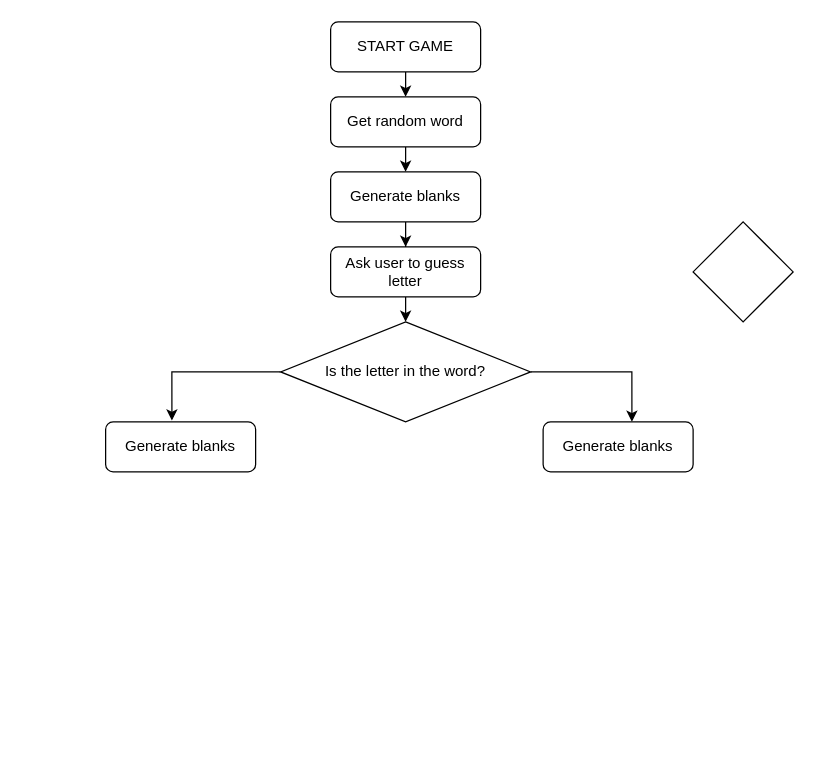
NorieM/Python keeps this draw.io diagram as Untitled Diagram.drawio. Above is the earlier version. Source tidied: cells renumbered, new cells numbered last; positions are measured from the earlier drawing's top-left corner, leaving out a move shared by most shapes. Both pictures are drawn from the tidied source at 125%, with x=0, y=0 at pixel (105, 21).
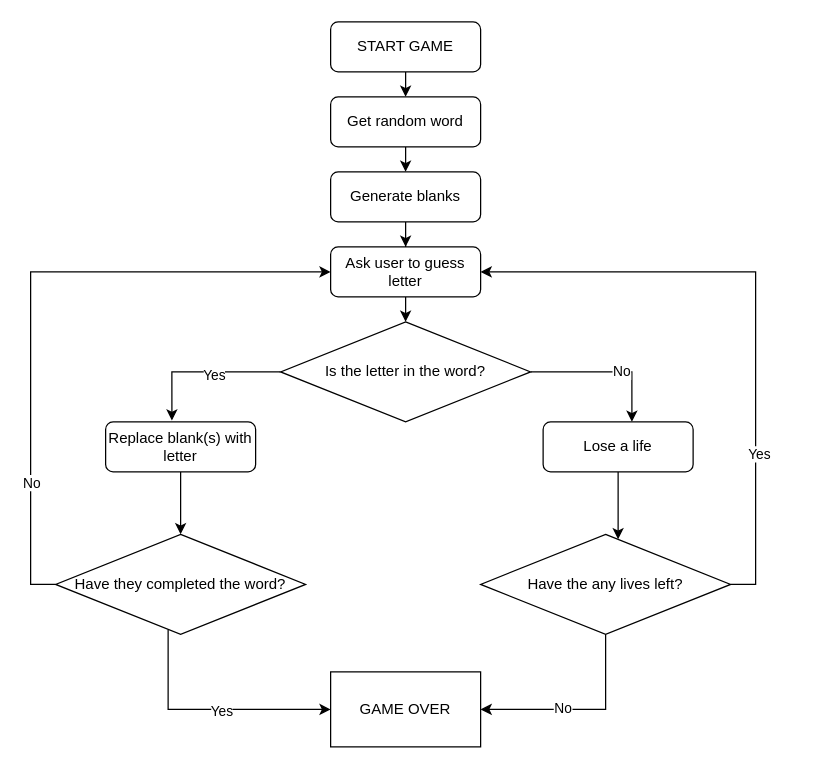
The same diagram, later.

Unchanged cells that the change refers to:
```xml
<mxCell id="9" value="Ask user to guess letter" style="rounded=1;whiteSpace=wrap;html=1;fontSize=12;glass=0;strokeWidth=1;shadow=0;" parent="1" vertex="1">
  <mxGeometry x="180" y="180" width="120" height="40" as="geometry" />
</mxCell>
<mxCell id="12" style="edgeStyle=orthogonalEdgeStyle;rounded=0;jettySize=auto;html=1;exitX=0;exitY=0.5;exitDx=0;exitDy=0;entryX=0.442;entryY=-0.025;entryDx=0;entryDy=0;entryPerimeter=0;" parent="1" edge="1" source="14" target="10">
  <mxGeometry relative="1" as="geometry" />
</mxCell>
<mxCell id="13" style="edgeStyle=orthogonalEdgeStyle;rounded=0;jettySize=auto;html=1;exitX=1;exitY=0.5;exitDx=0;exitDy=0;entryX=0.592;entryY=0;entryDx=0;entryDy=0;entryPerimeter=0;" parent="1" edge="1" source="14" target="15">
  <mxGeometry relative="1" as="geometry" />
</mxCell>
```

What changed in the source:
```diff
@@
+    <mxCell id="16" style="edgeStyle=orthogonalEdgeStyle;rounded=0;jettySize=auto;html=1;exitX=0.5;exitY=1;exitDx=0;exitDy=0;" parent="1" edge="1" source="10" target="24">
+      <mxGeometry relative="1" as="geometry" />
+    </mxCell>
-    <mxCell id="10" value="Generate blanks" style="rounded=1;whiteSpace=wrap;html=1;fontSize=12;glass=0;strokeWidth=1;shadow=0;" parent="1" vertex="1">
+    <mxCell id="10" value="Replace blank(s) with letter" style="rounded=1;whiteSpace=wrap;html=1;fontSize=12;glass=0;strokeWidth=1;shadow=0;" parent="1" vertex="1">
       <mxGeometry y="320" width="120" height="40" as="geometry" />
     </mxCell>
-    <mxCell id="11" style="rhombus;whiteSpace=wrap;html=1;" parent="1" vertex="1">
-      <mxGeometry x="470" y="160" width="80" height="80" as="geometry" />
-    </mxCell>
@@
+    <mxCell id="17" value="Yes" style="edgeLabel;html=1;align=center;verticalAlign=middle;" parent="12" vertex="1">
+      <mxGeometry x="-0.14" y="2" relative="1" as="geometry" />
+    </mxCell>
@@
+    <mxCell id="18" value="No" style="edgeLabel;html=1;align=center;verticalAlign=middle;" parent="13" vertex="1">
+      <mxGeometry x="0.19" y="1" relative="1" as="geometry" />
+    </mxCell>
@@
+    <mxCell id="19" style="edgeStyle=orthogonalEdgeStyle;rounded=0;jettySize=auto;html=1;exitX=0.5;exitY=1;exitDx=0;exitDy=0;entryX=0.55;entryY=0.05;entryDx=0;entryDy=0;entryPerimeter=0;" parent="1" edge="1" source="15" target="27">
+      <mxGeometry relative="1" as="geometry" />
+    </mxCell>
-    <mxCell id="15" value="Generate blanks" style="rounded=1;whiteSpace=wrap;html=1;fontSize=12;glass=0;strokeWidth=1;shadow=0;" parent="1" vertex="1">
+    <mxCell id="15" value="Lose a life" style="rounded=1;whiteSpace=wrap;html=1;fontSize=12;glass=0;strokeWidth=1;shadow=0;" parent="1" vertex="1">
       <mxGeometry x="350" y="320" width="120" height="40" as="geometry" />
     </mxCell>
+    <mxCell id="20" style="edgeStyle=orthogonalEdgeStyle;rounded=0;jettySize=auto;html=1;exitX=0;exitY=0.5;exitDx=0;exitDy=0;" parent="1" edge="1" source="24">
+      <mxGeometry relative="1" as="geometry">
+        <mxPoint x="180" y="200" as="targetPoint" />
+        <Array as="points">
+          <mxPoint x="-60" y="450" />
+          <mxPoint x="-60" y="200" />
+        </Array>
+      </mxGeometry>
+    </mxCell>
+    <mxCell id="21" value="No" style="edgeLabel;html=1;align=center;verticalAlign=middle;" parent="20" vertex="1">
+      <mxGeometry x="-0.6" relative="1" as="geometry" />
+    </mxCell>
+    <mxCell id="22" style="edgeStyle=orthogonalEdgeStyle;rounded=0;jettySize=auto;html=1;" parent="1" edge="1" source="24" target="30">
+      <mxGeometry relative="1" as="geometry">
+        <Array as="points">
+          <mxPoint x="50" y="550" />
+        </Array>
+      </mxGeometry>
+    </mxCell>
+    <mxCell id="23" value="Yes" style="edgeLabel;html=1;align=center;verticalAlign=middle;" parent="22" vertex="1">
+      <mxGeometry x="0.09" y="-1" relative="1" as="geometry" />
+    </mxCell>
+    <mxCell id="24" value="Have they completed the word?" style="rhombus;whiteSpace=wrap;html=1;" parent="1" vertex="1">
+      <mxGeometry x="-40" y="410" width="200" height="80" as="geometry" />
+    </mxCell>
+    <mxCell id="25" style="edgeStyle=orthogonalEdgeStyle;rounded=0;jettySize=auto;html=1;exitX=1;exitY=0.5;exitDx=0;exitDy=0;entryX=1;entryY=0.5;entryDx=0;entryDy=0;" parent="1" edge="1" source="27" target="9">
+      <mxGeometry relative="1" as="geometry" />
+    </mxCell>
+    <mxCell id="26" value="Yes" style="edgeLabel;html=1;align=center;verticalAlign=middle;" parent="25" vertex="1">
+      <mxGeometry x="-0.49" y="-2" relative="1" as="geometry" />
+    </mxCell>
+    <mxCell id="27" value="Have the any lives left?" style="rhombus;whiteSpace=wrap;html=1;" parent="1" vertex="1">
+      <mxGeometry x="300" y="410" width="200" height="80" as="geometry" />
+    </mxCell>
+    <mxCell id="28" style="edgeStyle=orthogonalEdgeStyle;rounded=0;jettySize=auto;html=1;exitX=0.5;exitY=1;exitDx=0;exitDy=0;entryX=1;entryY=0.5;entryDx=0;entryDy=0;" parent="1" edge="1" source="27" target="30">
+      <mxGeometry relative="1" as="geometry" />
+    </mxCell>
+    <mxCell id="29" value="No" style="edgeLabel;html=1;align=center;verticalAlign=middle;" parent="28" vertex="1">
+      <mxGeometry x="0.19" y="-2" relative="1" as="geometry" />
+    </mxCell>
+    <mxCell id="30" value="GAME OVER" style="whiteSpace=wrap;html=1;" parent="1" vertex="1">
+      <mxGeometry x="180" y="520" width="120" height="60" as="geometry" />
+    </mxCell>
```
